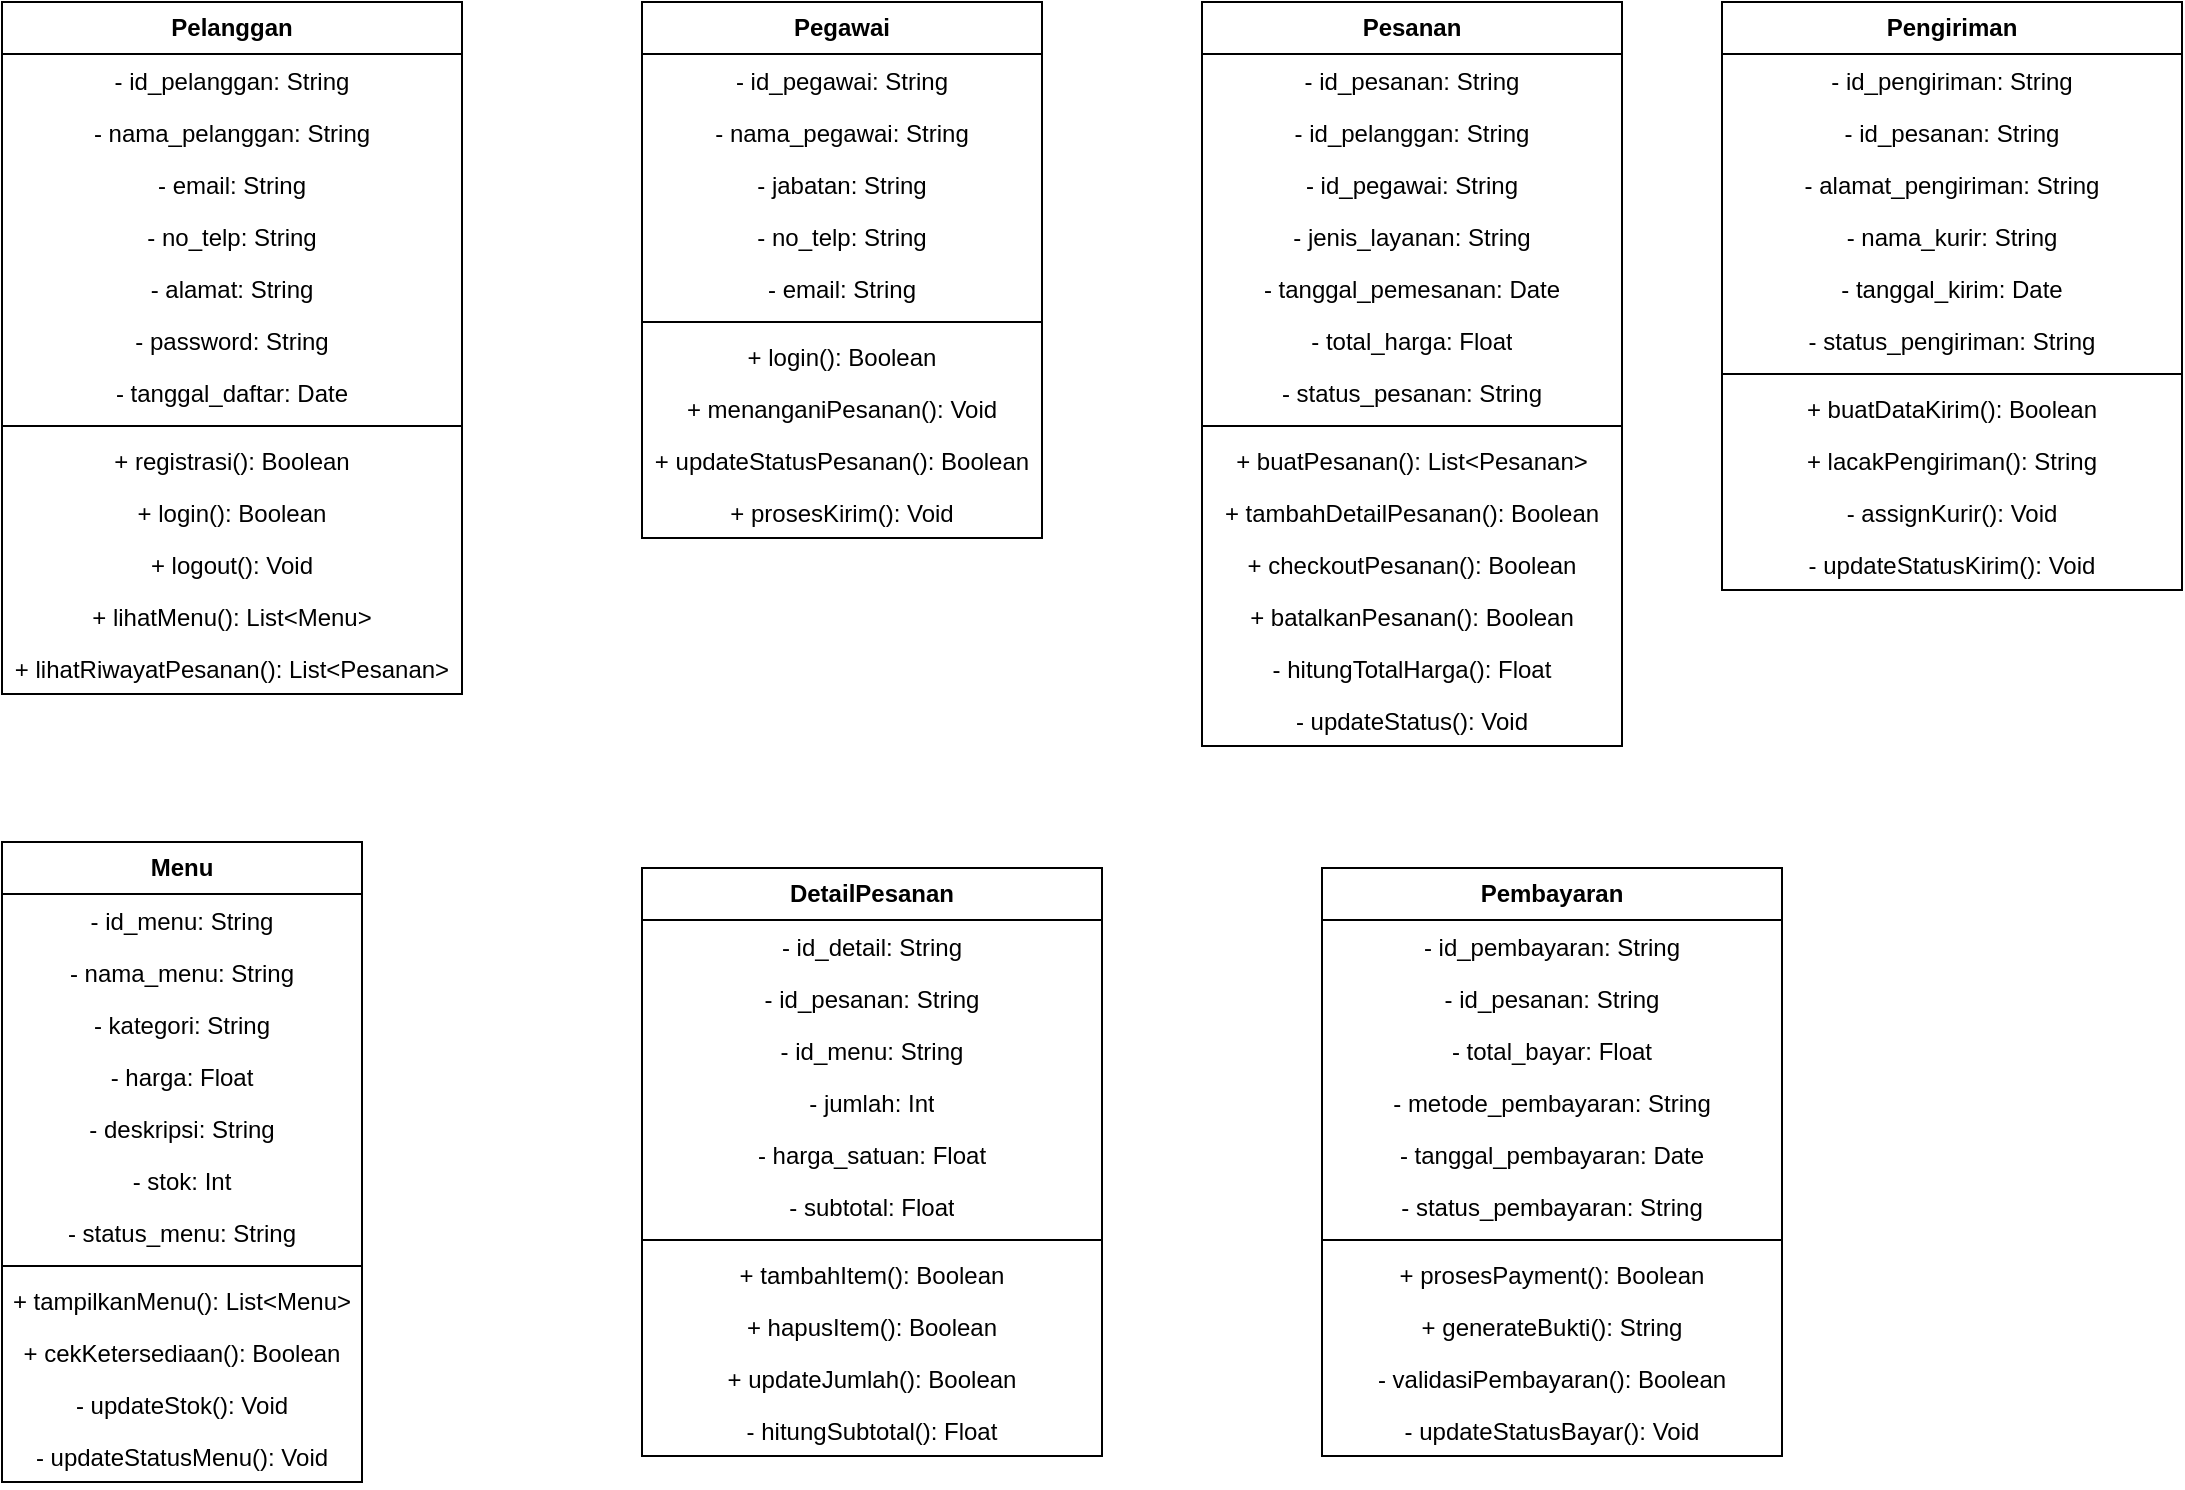
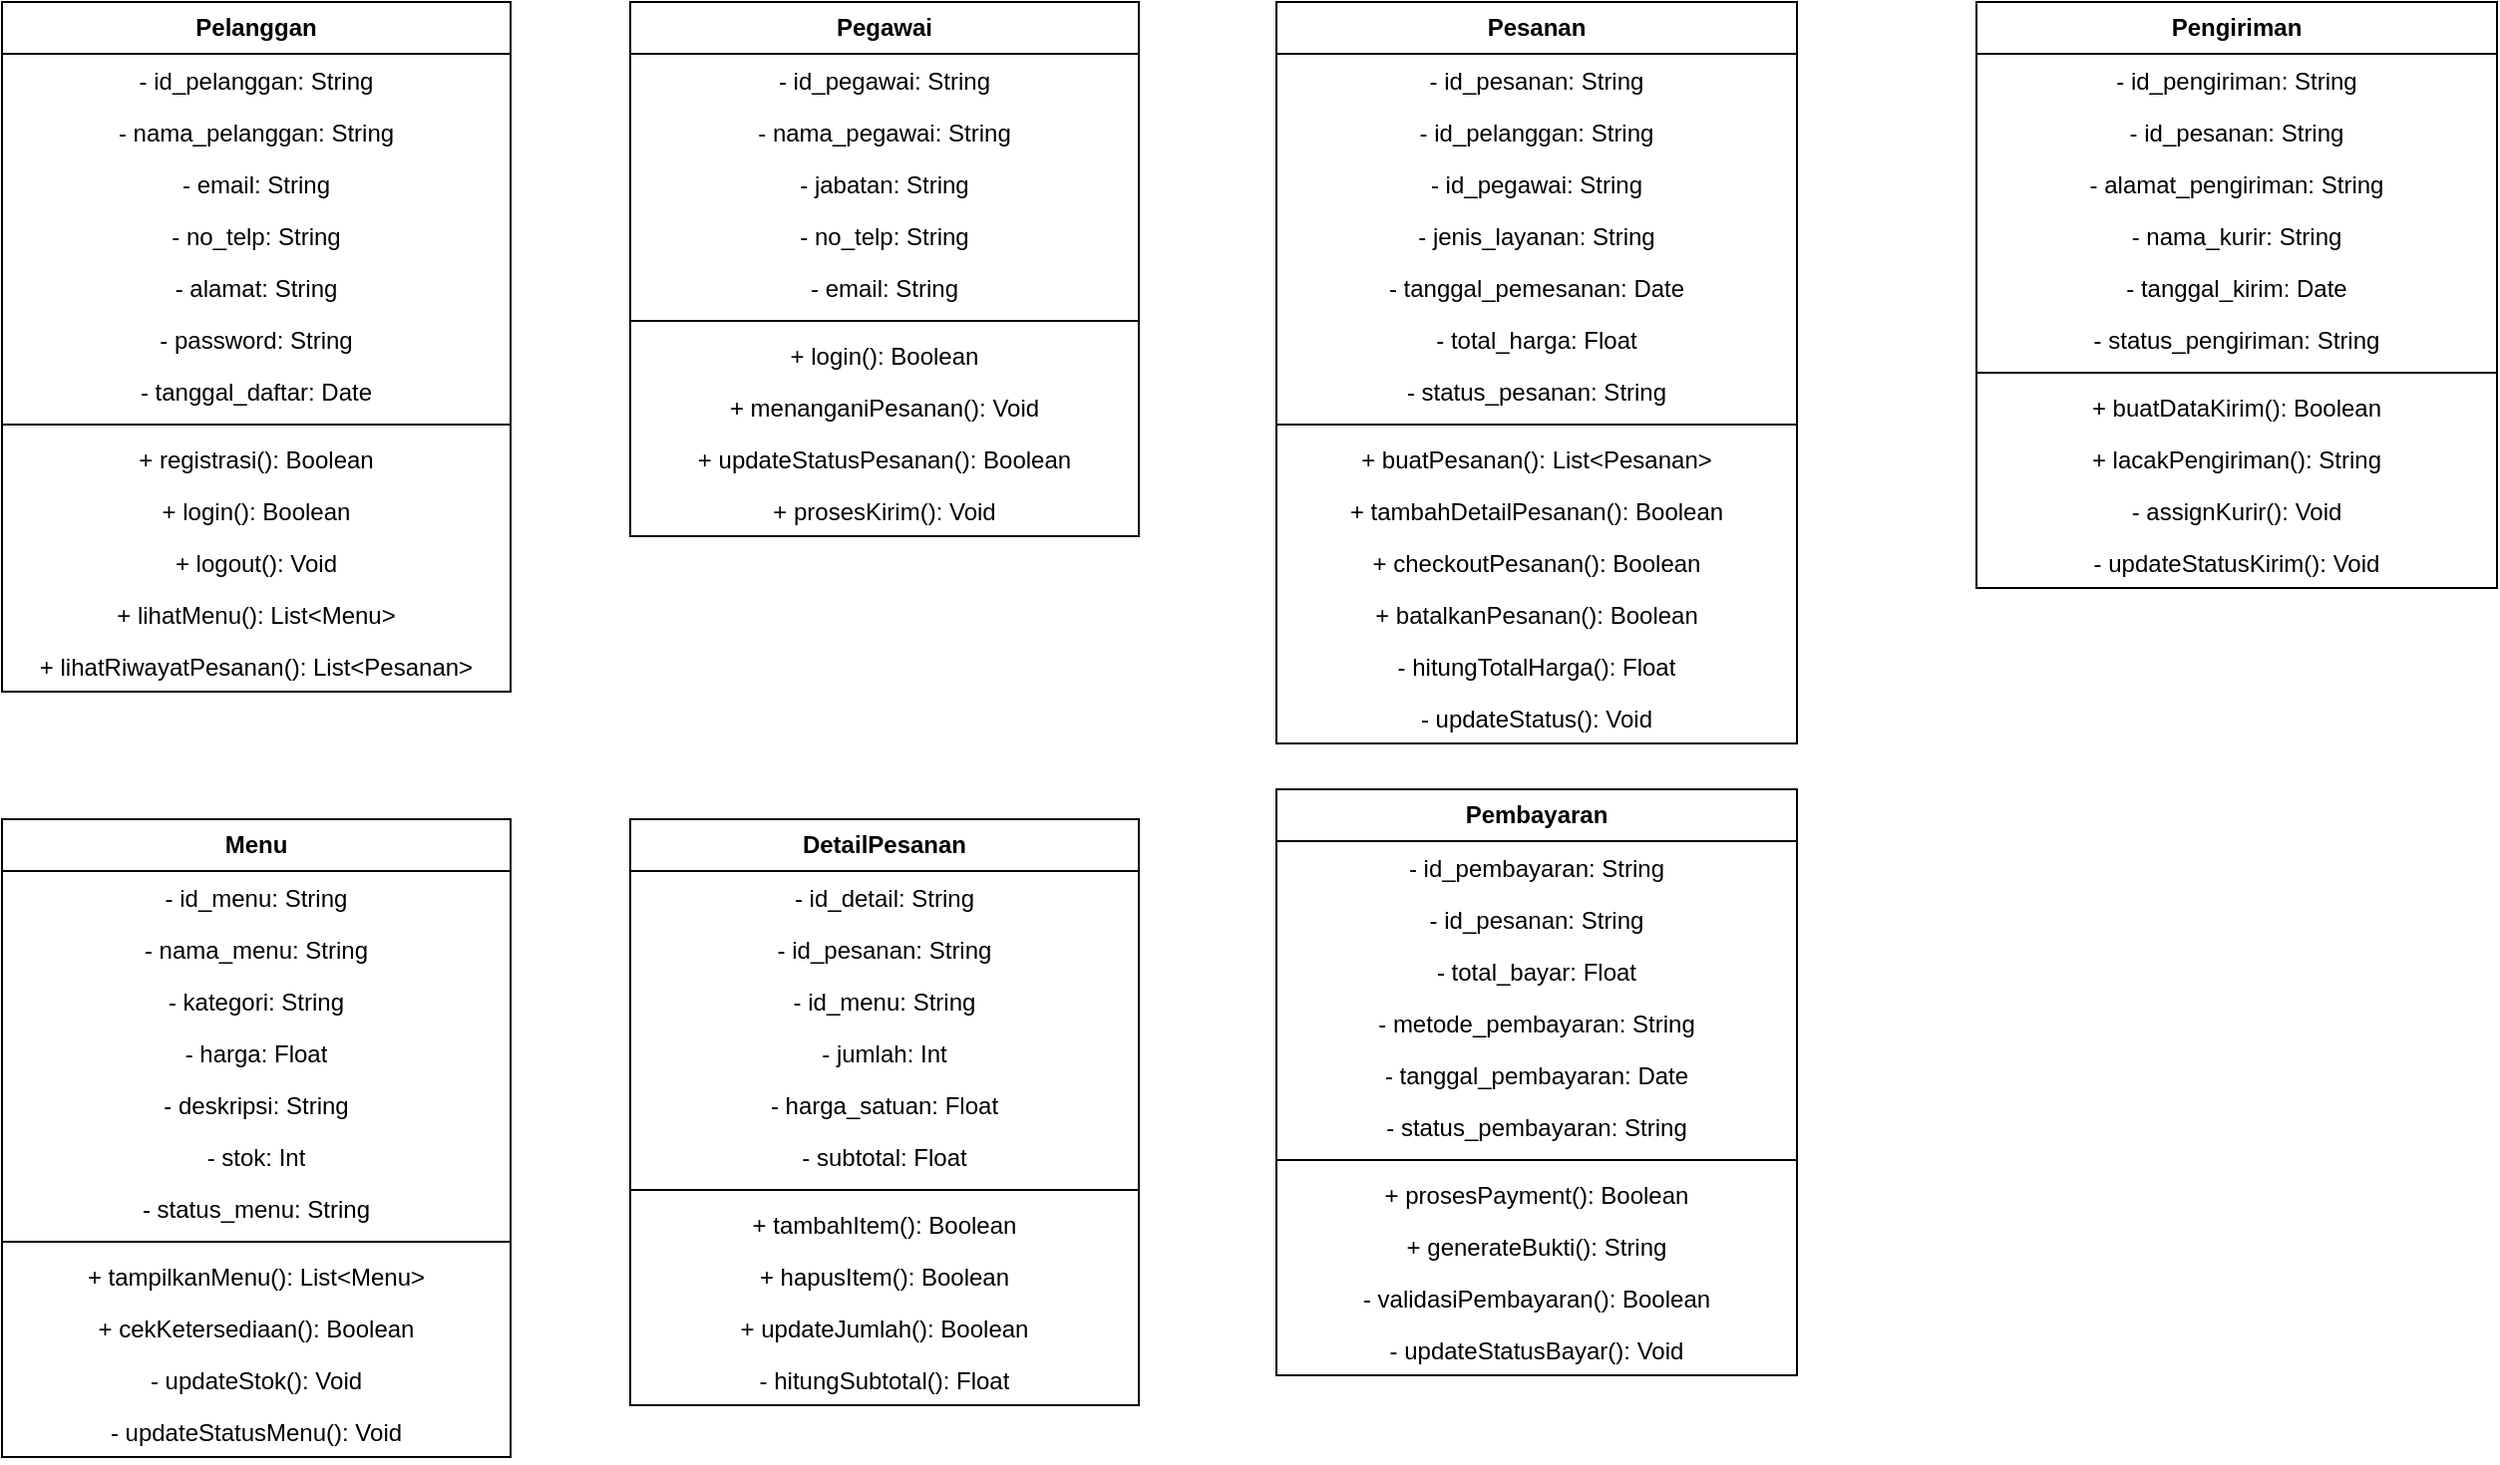
<mxfile host="app.diagrams.net">
  <diagram name="Class Diagram" id="XLRAudqMSV8JJL2WmWoO">
-     <mxGraphModel dx="1334" dy="884" grid="1" gridSize="10" guides="1" tooltips="1" connect="1" arrows="1" fold="1" page="1" pageScale="1" pageWidth="1169" pageHeight="827" math="0" shadow="0">
+     <mxGraphModel dx="1557" dy="1032" grid="1" gridSize="15" guides="1" tooltips="1" connect="1" arrows="1" fold="1" page="1" pageScale="1" pageWidth="1654" pageHeight="1169" math="0" shadow="0">
      <root>
        <mxCell id="0" />
        <mxCell id="1" parent="0" />
        <mxCell id="4Q5ZbxA_9OykwKKi5Nih-1" parent="1" style="swimlane;fontStyle=1;align=center;verticalAlign=middle;childLayout=stackLayout;horizontal=1;startSize=26;horizontalStack=0;resizeParent=1;resizeParentMax=0;resizeLast=0;collapsible=1;marginBottom=0;whiteSpace=wrap;html=1;labelBorderColor=none;labelBackgroundColor=none;fontColor=default;" value="Pelanggan" vertex="1">
-           <mxGeometry height="346" width="230" x="60" y="40" as="geometry" />
+           <mxGeometry height="346" width="255" x="60" y="40" as="geometry" />
        </mxCell>
        <mxCell id="4Q5ZbxA_9OykwKKi5Nih-2" parent="4Q5ZbxA_9OykwKKi5Nih-1" style="text;strokeColor=none;fillColor=none;align=center;verticalAlign=top;spacingLeft=4;spacingRight=4;overflow=hidden;rotatable=0;points=[[0,0.5],[1,0.5]];portConstraint=eastwest;whiteSpace=wrap;html=1;" value="- id_pelanggan: String" vertex="1">
-           <mxGeometry height="26" width="230" y="26" as="geometry" />
+           <mxGeometry height="26" width="255" y="26" as="geometry" />
        </mxCell>
        <mxCell id="4Q5ZbxA_9OykwKKi5Nih-5" parent="4Q5ZbxA_9OykwKKi5Nih-1" style="text;strokeColor=none;fillColor=none;align=center;verticalAlign=top;spacingLeft=4;spacingRight=4;overflow=hidden;rotatable=0;points=[[0,0.5],[1,0.5]];portConstraint=eastwest;whiteSpace=wrap;html=1;" value="- nama_pelanggan: String" vertex="1">
-           <mxGeometry height="26" width="230" y="52" as="geometry" />
+           <mxGeometry height="26" width="255" y="52" as="geometry" />
        </mxCell>
        <mxCell id="4Q5ZbxA_9OykwKKi5Nih-6" parent="4Q5ZbxA_9OykwKKi5Nih-1" style="text;strokeColor=none;fillColor=none;align=center;verticalAlign=top;spacingLeft=4;spacingRight=4;overflow=hidden;rotatable=0;points=[[0,0.5],[1,0.5]];portConstraint=eastwest;whiteSpace=wrap;html=1;" value="- email: String" vertex="1">
-           <mxGeometry height="26" width="230" y="78" as="geometry" />
+           <mxGeometry height="26" width="255" y="78" as="geometry" />
        </mxCell>
        <mxCell id="4Q5ZbxA_9OykwKKi5Nih-7" parent="4Q5ZbxA_9OykwKKi5Nih-1" style="text;strokeColor=none;fillColor=none;align=center;verticalAlign=top;spacingLeft=4;spacingRight=4;overflow=hidden;rotatable=0;points=[[0,0.5],[1,0.5]];portConstraint=eastwest;whiteSpace=wrap;html=1;" value="- no_telp: String" vertex="1">
-           <mxGeometry height="26" width="230" y="104" as="geometry" />
+           <mxGeometry height="26" width="255" y="104" as="geometry" />
        </mxCell>
        <mxCell id="4Q5ZbxA_9OykwKKi5Nih-8" parent="4Q5ZbxA_9OykwKKi5Nih-1" style="text;strokeColor=none;fillColor=none;align=center;verticalAlign=top;spacingLeft=4;spacingRight=4;overflow=hidden;rotatable=0;points=[[0,0.5],[1,0.5]];portConstraint=eastwest;whiteSpace=wrap;html=1;" value="- alamat: String" vertex="1">
-           <mxGeometry height="26" width="230" y="130" as="geometry" />
+           <mxGeometry height="26" width="255" y="130" as="geometry" />
        </mxCell>
        <mxCell id="4Q5ZbxA_9OykwKKi5Nih-9" parent="4Q5ZbxA_9OykwKKi5Nih-1" style="text;strokeColor=none;fillColor=none;align=center;verticalAlign=top;spacingLeft=4;spacingRight=4;overflow=hidden;rotatable=0;points=[[0,0.5],[1,0.5]];portConstraint=eastwest;whiteSpace=wrap;html=1;" value="- password: String" vertex="1">
-           <mxGeometry height="26" width="230" y="156" as="geometry" />
+           <mxGeometry height="26" width="255" y="156" as="geometry" />
        </mxCell>
        <mxCell id="4Q5ZbxA_9OykwKKi5Nih-10" parent="4Q5ZbxA_9OykwKKi5Nih-1" style="text;strokeColor=none;fillColor=none;align=center;verticalAlign=top;spacingLeft=4;spacingRight=4;overflow=hidden;rotatable=0;points=[[0,0.5],[1,0.5]];portConstraint=eastwest;whiteSpace=wrap;html=1;" value="- tanggal_daftar: Date" vertex="1">
-           <mxGeometry height="26" width="230" y="182" as="geometry" />
+           <mxGeometry height="26" width="255" y="182" as="geometry" />
        </mxCell>
        <mxCell id="4Q5ZbxA_9OykwKKi5Nih-3" parent="4Q5ZbxA_9OykwKKi5Nih-1" style="line;strokeWidth=1;fillColor=none;align=center;verticalAlign=middle;spacingTop=-1;spacingLeft=3;spacingRight=3;rotatable=0;labelPosition=right;points=[];portConstraint=eastwest;strokeColor=inherit;" value="" vertex="1">
-           <mxGeometry height="8" width="230" y="208" as="geometry" />
+           <mxGeometry height="8" width="255" y="208" as="geometry" />
        </mxCell>
        <mxCell id="4Q5ZbxA_9OykwKKi5Nih-4" parent="4Q5ZbxA_9OykwKKi5Nih-1" style="text;strokeColor=none;fillColor=none;align=center;verticalAlign=top;spacingLeft=4;spacingRight=4;overflow=hidden;rotatable=0;points=[[0,0.5],[1,0.5]];portConstraint=eastwest;whiteSpace=wrap;html=1;" value="+ registrasi(): Boolean" vertex="1">
-           <mxGeometry height="26" width="230" y="216" as="geometry" />
+           <mxGeometry height="26" width="255" y="216" as="geometry" />
        </mxCell>
        <mxCell id="4Q5ZbxA_9OykwKKi5Nih-11" parent="4Q5ZbxA_9OykwKKi5Nih-1" style="text;strokeColor=none;fillColor=none;align=center;verticalAlign=top;spacingLeft=4;spacingRight=4;overflow=hidden;rotatable=0;points=[[0,0.5],[1,0.5]];portConstraint=eastwest;whiteSpace=wrap;html=1;" value="+ login(): Boolean" vertex="1">
-           <mxGeometry height="26" width="230" y="242" as="geometry" />
+           <mxGeometry height="26" width="255" y="242" as="geometry" />
        </mxCell>
        <mxCell id="4Q5ZbxA_9OykwKKi5Nih-12" parent="4Q5ZbxA_9OykwKKi5Nih-1" style="text;strokeColor=none;fillColor=none;align=center;verticalAlign=top;spacingLeft=4;spacingRight=4;overflow=hidden;rotatable=0;points=[[0,0.5],[1,0.5]];portConstraint=eastwest;whiteSpace=wrap;html=1;" value="+ logout(): Void" vertex="1">
-           <mxGeometry height="26" width="230" y="268" as="geometry" />
+           <mxGeometry height="26" width="255" y="268" as="geometry" />
        </mxCell>
        <mxCell id="4Q5ZbxA_9OykwKKi5Nih-13" parent="4Q5ZbxA_9OykwKKi5Nih-1" style="text;strokeColor=none;fillColor=none;align=center;verticalAlign=top;spacingLeft=4;spacingRight=4;overflow=hidden;rotatable=0;points=[[0,0.5],[1,0.5]];portConstraint=eastwest;whiteSpace=wrap;html=1;" value="+ lihatMenu(): List&amp;lt;Menu&amp;gt;" vertex="1">
-           <mxGeometry height="26" width="230" y="294" as="geometry" />
+           <mxGeometry height="26" width="255" y="294" as="geometry" />
        </mxCell>
        <mxCell id="4Q5ZbxA_9OykwKKi5Nih-14" parent="4Q5ZbxA_9OykwKKi5Nih-1" style="text;strokeColor=none;fillColor=none;align=center;verticalAlign=top;spacingLeft=4;spacingRight=4;overflow=hidden;rotatable=0;points=[[0,0.5],[1,0.5]];portConstraint=eastwest;whiteSpace=wrap;html=1;" value="+ lihatRiwayatPesanan(): List&amp;lt;Pesanan&amp;gt;" vertex="1">
-           <mxGeometry height="26" width="230" y="320" as="geometry" />
+           <mxGeometry height="26" width="255" y="320" as="geometry" />
        </mxCell>
        <mxCell id="4Q5ZbxA_9OykwKKi5Nih-16" parent="1" style="swimlane;fontStyle=1;align=center;verticalAlign=middle;childLayout=stackLayout;horizontal=1;startSize=26;horizontalStack=0;resizeParent=1;resizeParentMax=0;resizeLast=0;collapsible=1;marginBottom=0;whiteSpace=wrap;html=1;labelBorderColor=none;labelBackgroundColor=none;fontColor=default;" value="Pegawai" vertex="1">
-           <mxGeometry height="268" width="200" x="380" y="40" as="geometry" />
+           <mxGeometry height="268" width="255" x="375" y="40" as="geometry" />
        </mxCell>
        <mxCell id="4Q5ZbxA_9OykwKKi5Nih-17" parent="4Q5ZbxA_9OykwKKi5Nih-16" style="text;strokeColor=none;fillColor=none;align=center;verticalAlign=top;spacingLeft=4;spacingRight=4;overflow=hidden;rotatable=0;points=[[0,0.5],[1,0.5]];portConstraint=eastwest;whiteSpace=wrap;html=1;" value="- id_pegawai: String" vertex="1">
-           <mxGeometry height="26" width="200" y="26" as="geometry" />
+           <mxGeometry height="26" width="255" y="26" as="geometry" />
        </mxCell>
        <mxCell id="4Q5ZbxA_9OykwKKi5Nih-18" parent="4Q5ZbxA_9OykwKKi5Nih-16" style="text;strokeColor=none;fillColor=none;align=center;verticalAlign=top;spacingLeft=4;spacingRight=4;overflow=hidden;rotatable=0;points=[[0,0.5],[1,0.5]];portConstraint=eastwest;whiteSpace=wrap;html=1;" value="- nama_pegawai: String" vertex="1">
-           <mxGeometry height="26" width="200" y="52" as="geometry" />
+           <mxGeometry height="26" width="255" y="52" as="geometry" />
        </mxCell>
        <mxCell id="4Q5ZbxA_9OykwKKi5Nih-19" parent="4Q5ZbxA_9OykwKKi5Nih-16" style="text;strokeColor=none;fillColor=none;align=center;verticalAlign=top;spacingLeft=4;spacingRight=4;overflow=hidden;rotatable=0;points=[[0,0.5],[1,0.5]];portConstraint=eastwest;whiteSpace=wrap;html=1;" value="- jabatan: String" vertex="1">
-           <mxGeometry height="26" width="200" y="78" as="geometry" />
+           <mxGeometry height="26" width="255" y="78" as="geometry" />
        </mxCell>
        <mxCell id="4Q5ZbxA_9OykwKKi5Nih-20" parent="4Q5ZbxA_9OykwKKi5Nih-16" style="text;strokeColor=none;fillColor=none;align=center;verticalAlign=top;spacingLeft=4;spacingRight=4;overflow=hidden;rotatable=0;points=[[0,0.5],[1,0.5]];portConstraint=eastwest;whiteSpace=wrap;html=1;" value="- no_telp: String" vertex="1">
-           <mxGeometry height="26" width="200" y="104" as="geometry" />
+           <mxGeometry height="26" width="255" y="104" as="geometry" />
        </mxCell>
        <mxCell id="4Q5ZbxA_9OykwKKi5Nih-21" parent="4Q5ZbxA_9OykwKKi5Nih-16" style="text;strokeColor=none;fillColor=none;align=center;verticalAlign=top;spacingLeft=4;spacingRight=4;overflow=hidden;rotatable=0;points=[[0,0.5],[1,0.5]];portConstraint=eastwest;whiteSpace=wrap;html=1;" value="- email: String" vertex="1">
-           <mxGeometry height="26" width="200" y="130" as="geometry" />
+           <mxGeometry height="26" width="255" y="130" as="geometry" />
        </mxCell>
        <mxCell id="4Q5ZbxA_9OykwKKi5Nih-24" parent="4Q5ZbxA_9OykwKKi5Nih-16" style="line;strokeWidth=1;fillColor=none;align=center;verticalAlign=middle;spacingTop=-1;spacingLeft=3;spacingRight=3;rotatable=0;labelPosition=right;points=[];portConstraint=eastwest;strokeColor=inherit;" value="" vertex="1">
-           <mxGeometry height="8" width="200" y="156" as="geometry" />
+           <mxGeometry height="8" width="255" y="156" as="geometry" />
        </mxCell>
        <mxCell id="4Q5ZbxA_9OykwKKi5Nih-25" parent="4Q5ZbxA_9OykwKKi5Nih-16" style="text;strokeColor=none;fillColor=none;align=center;verticalAlign=top;spacingLeft=4;spacingRight=4;overflow=hidden;rotatable=0;points=[[0,0.5],[1,0.5]];portConstraint=eastwest;whiteSpace=wrap;html=1;" value="+ login(): Boolean" vertex="1">
-           <mxGeometry height="26" width="200" y="164" as="geometry" />
+           <mxGeometry height="26" width="255" y="164" as="geometry" />
        </mxCell>
        <mxCell id="4Q5ZbxA_9OykwKKi5Nih-26" parent="4Q5ZbxA_9OykwKKi5Nih-16" style="text;strokeColor=none;fillColor=none;align=center;verticalAlign=top;spacingLeft=4;spacingRight=4;overflow=hidden;rotatable=0;points=[[0,0.5],[1,0.5]];portConstraint=eastwest;whiteSpace=wrap;html=1;" value="+ menanganiPesanan(): Void" vertex="1">
-           <mxGeometry height="26" width="200" y="190" as="geometry" />
+           <mxGeometry height="26" width="255" y="190" as="geometry" />
        </mxCell>
        <mxCell id="4Q5ZbxA_9OykwKKi5Nih-27" parent="4Q5ZbxA_9OykwKKi5Nih-16" style="text;strokeColor=none;fillColor=none;align=center;verticalAlign=top;spacingLeft=4;spacingRight=4;overflow=hidden;rotatable=0;points=[[0,0.5],[1,0.5]];portConstraint=eastwest;whiteSpace=wrap;html=1;" value="+ updateStatusPesanan(): Boolean" vertex="1">
-           <mxGeometry height="26" width="200" y="216" as="geometry" />
+           <mxGeometry height="26" width="255" y="216" as="geometry" />
        </mxCell>
        <mxCell id="4Q5ZbxA_9OykwKKi5Nih-28" parent="4Q5ZbxA_9OykwKKi5Nih-16" style="text;strokeColor=none;fillColor=none;align=center;verticalAlign=top;spacingLeft=4;spacingRight=4;overflow=hidden;rotatable=0;points=[[0,0.5],[1,0.5]];portConstraint=eastwest;whiteSpace=wrap;html=1;" value="+ prosesKirim(): Void" vertex="1">
-           <mxGeometry height="26" width="200" y="242" as="geometry" />
+           <mxGeometry height="26" width="255" y="242" as="geometry" />
        </mxCell>
        <mxCell id="4Q5ZbxA_9OykwKKi5Nih-30" parent="1" style="swimlane;fontStyle=1;align=center;verticalAlign=middle;childLayout=stackLayout;horizontal=1;startSize=26;horizontalStack=0;resizeParent=1;resizeParentMax=0;resizeLast=0;collapsible=1;marginBottom=0;whiteSpace=wrap;html=1;labelBorderColor=none;labelBackgroundColor=none;fontColor=default;" value="Menu" vertex="1">
-           <mxGeometry height="320" width="180" x="60" y="460" as="geometry" />
+           <mxGeometry height="320" width="255" x="60" y="450" as="geometry" />
        </mxCell>
        <mxCell id="4Q5ZbxA_9OykwKKi5Nih-31" parent="4Q5ZbxA_9OykwKKi5Nih-30" style="text;strokeColor=none;fillColor=none;align=center;verticalAlign=top;spacingLeft=4;spacingRight=4;overflow=hidden;rotatable=0;points=[[0,0.5],[1,0.5]];portConstraint=eastwest;whiteSpace=wrap;html=1;" value="- id_menu: String" vertex="1">
-           <mxGeometry height="26" width="180" y="26" as="geometry" />
+           <mxGeometry height="26" width="255" y="26" as="geometry" />
        </mxCell>
        <mxCell id="4Q5ZbxA_9OykwKKi5Nih-32" parent="4Q5ZbxA_9OykwKKi5Nih-30" style="text;strokeColor=none;fillColor=none;align=center;verticalAlign=top;spacingLeft=4;spacingRight=4;overflow=hidden;rotatable=0;points=[[0,0.5],[1,0.5]];portConstraint=eastwest;whiteSpace=wrap;html=1;" value="- nama_menu: String" vertex="1">
-           <mxGeometry height="26" width="180" y="52" as="geometry" />
+           <mxGeometry height="26" width="255" y="52" as="geometry" />
        </mxCell>
        <mxCell id="4Q5ZbxA_9OykwKKi5Nih-33" parent="4Q5ZbxA_9OykwKKi5Nih-30" style="text;strokeColor=none;fillColor=none;align=center;verticalAlign=top;spacingLeft=4;spacingRight=4;overflow=hidden;rotatable=0;points=[[0,0.5],[1,0.5]];portConstraint=eastwest;whiteSpace=wrap;html=1;" value="- kategori: String" vertex="1">
-           <mxGeometry height="26" width="180" y="78" as="geometry" />
+           <mxGeometry height="26" width="255" y="78" as="geometry" />
        </mxCell>
        <mxCell id="4Q5ZbxA_9OykwKKi5Nih-34" parent="4Q5ZbxA_9OykwKKi5Nih-30" style="text;strokeColor=none;fillColor=none;align=center;verticalAlign=top;spacingLeft=4;spacingRight=4;overflow=hidden;rotatable=0;points=[[0,0.5],[1,0.5]];portConstraint=eastwest;whiteSpace=wrap;html=1;" value="- harga: Float" vertex="1">
-           <mxGeometry height="26" width="180" y="104" as="geometry" />
+           <mxGeometry height="26" width="255" y="104" as="geometry" />
        </mxCell>
        <mxCell id="4Q5ZbxA_9OykwKKi5Nih-35" parent="4Q5ZbxA_9OykwKKi5Nih-30" style="text;strokeColor=none;fillColor=none;align=center;verticalAlign=top;spacingLeft=4;spacingRight=4;overflow=hidden;rotatable=0;points=[[0,0.5],[1,0.5]];portConstraint=eastwest;whiteSpace=wrap;html=1;" value="- deskripsi: String" vertex="1">
-           <mxGeometry height="26" width="180" y="130" as="geometry" />
+           <mxGeometry height="26" width="255" y="130" as="geometry" />
        </mxCell>
        <mxCell id="4Q5ZbxA_9OykwKKi5Nih-36" parent="4Q5ZbxA_9OykwKKi5Nih-30" style="text;strokeColor=none;fillColor=none;align=center;verticalAlign=top;spacingLeft=4;spacingRight=4;overflow=hidden;rotatable=0;points=[[0,0.5],[1,0.5]];portConstraint=eastwest;whiteSpace=wrap;html=1;" value="- stok: Int" vertex="1">
-           <mxGeometry height="26" width="180" y="156" as="geometry" />
+           <mxGeometry height="26" width="255" y="156" as="geometry" />
        </mxCell>
        <mxCell id="4Q5ZbxA_9OykwKKi5Nih-37" parent="4Q5ZbxA_9OykwKKi5Nih-30" style="text;strokeColor=none;fillColor=none;align=center;verticalAlign=top;spacingLeft=4;spacingRight=4;overflow=hidden;rotatable=0;points=[[0,0.5],[1,0.5]];portConstraint=eastwest;whiteSpace=wrap;html=1;" value="- status_menu: String" vertex="1">
-           <mxGeometry height="26" width="180" y="182" as="geometry" />
+           <mxGeometry height="26" width="255" y="182" as="geometry" />
        </mxCell>
        <mxCell id="4Q5ZbxA_9OykwKKi5Nih-38" parent="4Q5ZbxA_9OykwKKi5Nih-30" style="line;strokeWidth=1;fillColor=none;align=center;verticalAlign=middle;spacingTop=-1;spacingLeft=3;spacingRight=3;rotatable=0;labelPosition=right;points=[];portConstraint=eastwest;strokeColor=inherit;" value="" vertex="1">
-           <mxGeometry height="8" width="180" y="208" as="geometry" />
+           <mxGeometry height="8" width="255" y="208" as="geometry" />
        </mxCell>
        <mxCell id="4Q5ZbxA_9OykwKKi5Nih-39" parent="4Q5ZbxA_9OykwKKi5Nih-30" style="text;strokeColor=none;fillColor=none;align=center;verticalAlign=top;spacingLeft=4;spacingRight=4;overflow=hidden;rotatable=0;points=[[0,0.5],[1,0.5]];portConstraint=eastwest;whiteSpace=wrap;html=1;" value="+ tampilkanMenu(): List&amp;lt;Menu&amp;gt;" vertex="1">
-           <mxGeometry height="26" width="180" y="216" as="geometry" />
+           <mxGeometry height="26" width="255" y="216" as="geometry" />
        </mxCell>
        <mxCell id="4Q5ZbxA_9OykwKKi5Nih-40" parent="4Q5ZbxA_9OykwKKi5Nih-30" style="text;strokeColor=none;fillColor=none;align=center;verticalAlign=top;spacingLeft=4;spacingRight=4;overflow=hidden;rotatable=0;points=[[0,0.5],[1,0.5]];portConstraint=eastwest;whiteSpace=wrap;html=1;" value="+ cekKetersediaan(): Boolean" vertex="1">
-           <mxGeometry height="26" width="180" y="242" as="geometry" />
+           <mxGeometry height="26" width="255" y="242" as="geometry" />
        </mxCell>
        <mxCell id="4Q5ZbxA_9OykwKKi5Nih-41" parent="4Q5ZbxA_9OykwKKi5Nih-30" style="text;strokeColor=none;fillColor=none;align=center;verticalAlign=top;spacingLeft=4;spacingRight=4;overflow=hidden;rotatable=0;points=[[0,0.5],[1,0.5]];portConstraint=eastwest;whiteSpace=wrap;html=1;" value="- updateStok(): Void" vertex="1">
-           <mxGeometry height="26" width="180" y="268" as="geometry" />
+           <mxGeometry height="26" width="255" y="268" as="geometry" />
        </mxCell>
        <mxCell id="4Q5ZbxA_9OykwKKi5Nih-42" parent="4Q5ZbxA_9OykwKKi5Nih-30" style="text;strokeColor=none;fillColor=none;align=center;verticalAlign=top;spacingLeft=4;spacingRight=4;overflow=hidden;rotatable=0;points=[[0,0.5],[1,0.5]];portConstraint=eastwest;whiteSpace=wrap;html=1;" value="- updateStatusMenu(): Void" vertex="1">
-           <mxGeometry height="26" width="180" y="294" as="geometry" />
+           <mxGeometry height="26" width="255" y="294" as="geometry" />
        </mxCell>
        <mxCell id="4Q5ZbxA_9OykwKKi5Nih-44" parent="1" style="swimlane;fontStyle=1;align=center;verticalAlign=middle;childLayout=stackLayout;horizontal=1;startSize=26;horizontalStack=0;resizeParent=1;resizeParentMax=0;resizeLast=0;collapsible=1;marginBottom=0;whiteSpace=wrap;html=1;labelBorderColor=none;labelBackgroundColor=none;fontColor=default;" value="Pesanan" vertex="1">
-           <mxGeometry height="372" width="210" x="660" y="40" as="geometry" />
+           <mxGeometry height="372" width="261" x="699" y="40" as="geometry" />
        </mxCell>
        <mxCell id="4Q5ZbxA_9OykwKKi5Nih-45" parent="4Q5ZbxA_9OykwKKi5Nih-44" style="text;strokeColor=none;fillColor=none;align=center;verticalAlign=top;spacingLeft=4;spacingRight=4;overflow=hidden;rotatable=0;points=[[0,0.5],[1,0.5]];portConstraint=eastwest;whiteSpace=wrap;html=1;" value="- id_pesanan: String" vertex="1">
-           <mxGeometry height="26" width="210" y="26" as="geometry" />
+           <mxGeometry height="26" width="261" y="26" as="geometry" />
        </mxCell>
        <mxCell id="4Q5ZbxA_9OykwKKi5Nih-46" parent="4Q5ZbxA_9OykwKKi5Nih-44" style="text;strokeColor=none;fillColor=none;align=center;verticalAlign=top;spacingLeft=4;spacingRight=4;overflow=hidden;rotatable=0;points=[[0,0.5],[1,0.5]];portConstraint=eastwest;whiteSpace=wrap;html=1;" value="- id_pelanggan: String" vertex="1">
-           <mxGeometry height="26" width="210" y="52" as="geometry" />
+           <mxGeometry height="26" width="261" y="52" as="geometry" />
        </mxCell>
        <mxCell id="4Q5ZbxA_9OykwKKi5Nih-47" parent="4Q5ZbxA_9OykwKKi5Nih-44" style="text;strokeColor=none;fillColor=none;align=center;verticalAlign=top;spacingLeft=4;spacingRight=4;overflow=hidden;rotatable=0;points=[[0,0.5],[1,0.5]];portConstraint=eastwest;whiteSpace=wrap;html=1;" value="- id_pegawai: String" vertex="1">
-           <mxGeometry height="26" width="210" y="78" as="geometry" />
+           <mxGeometry height="26" width="261" y="78" as="geometry" />
        </mxCell>
        <mxCell id="4Q5ZbxA_9OykwKKi5Nih-48" parent="4Q5ZbxA_9OykwKKi5Nih-44" style="text;strokeColor=none;fillColor=none;align=center;verticalAlign=top;spacingLeft=4;spacingRight=4;overflow=hidden;rotatable=0;points=[[0,0.5],[1,0.5]];portConstraint=eastwest;whiteSpace=wrap;html=1;" value="- jenis_layanan: String" vertex="1">
-           <mxGeometry height="26" width="210" y="104" as="geometry" />
+           <mxGeometry height="26" width="261" y="104" as="geometry" />
        </mxCell>
        <mxCell id="4Q5ZbxA_9OykwKKi5Nih-49" parent="4Q5ZbxA_9OykwKKi5Nih-44" style="text;strokeColor=none;fillColor=none;align=center;verticalAlign=top;spacingLeft=4;spacingRight=4;overflow=hidden;rotatable=0;points=[[0,0.5],[1,0.5]];portConstraint=eastwest;whiteSpace=wrap;html=1;" value="- tanggal_pemesanan: Date" vertex="1">
-           <mxGeometry height="26" width="210" y="130" as="geometry" />
+           <mxGeometry height="26" width="261" y="130" as="geometry" />
        </mxCell>
        <mxCell id="4Q5ZbxA_9OykwKKi5Nih-50" parent="4Q5ZbxA_9OykwKKi5Nih-44" style="text;strokeColor=none;fillColor=none;align=center;verticalAlign=top;spacingLeft=4;spacingRight=4;overflow=hidden;rotatable=0;points=[[0,0.5],[1,0.5]];portConstraint=eastwest;whiteSpace=wrap;html=1;" value="- total_harga: Float" vertex="1">
-           <mxGeometry height="26" width="210" y="156" as="geometry" />
+           <mxGeometry height="26" width="261" y="156" as="geometry" />
        </mxCell>
        <mxCell id="4Q5ZbxA_9OykwKKi5Nih-51" parent="4Q5ZbxA_9OykwKKi5Nih-44" style="text;strokeColor=none;fillColor=none;align=center;verticalAlign=top;spacingLeft=4;spacingRight=4;overflow=hidden;rotatable=0;points=[[0,0.5],[1,0.5]];portConstraint=eastwest;whiteSpace=wrap;html=1;" value="- status_pesanan: String" vertex="1">
-           <mxGeometry height="26" width="210" y="182" as="geometry" />
+           <mxGeometry height="26" width="261" y="182" as="geometry" />
        </mxCell>
        <mxCell id="4Q5ZbxA_9OykwKKi5Nih-52" parent="4Q5ZbxA_9OykwKKi5Nih-44" style="line;strokeWidth=1;fillColor=none;align=center;verticalAlign=middle;spacingTop=-1;spacingLeft=3;spacingRight=3;rotatable=0;labelPosition=right;points=[];portConstraint=eastwest;strokeColor=inherit;" value="" vertex="1">
-           <mxGeometry height="8" width="210" y="208" as="geometry" />
+           <mxGeometry height="8" width="261" y="208" as="geometry" />
        </mxCell>
        <mxCell id="4Q5ZbxA_9OykwKKi5Nih-53" parent="4Q5ZbxA_9OykwKKi5Nih-44" style="text;strokeColor=none;fillColor=none;align=center;verticalAlign=top;spacingLeft=4;spacingRight=4;overflow=hidden;rotatable=0;points=[[0,0.5],[1,0.5]];portConstraint=eastwest;whiteSpace=wrap;html=1;" value="+ buatPesanan(): List&amp;lt;Pesanan&amp;gt;" vertex="1">
-           <mxGeometry height="26" width="210" y="216" as="geometry" />
+           <mxGeometry height="26" width="261" y="216" as="geometry" />
        </mxCell>
        <mxCell id="4Q5ZbxA_9OykwKKi5Nih-54" parent="4Q5ZbxA_9OykwKKi5Nih-44" style="text;strokeColor=none;fillColor=none;align=center;verticalAlign=top;spacingLeft=4;spacingRight=4;overflow=hidden;rotatable=0;points=[[0,0.5],[1,0.5]];portConstraint=eastwest;whiteSpace=wrap;html=1;" value="+ tambahDetailPesanan(): Boolean" vertex="1">
-           <mxGeometry height="26" width="210" y="242" as="geometry" />
+           <mxGeometry height="26" width="261" y="242" as="geometry" />
        </mxCell>
        <mxCell id="4Q5ZbxA_9OykwKKi5Nih-55" parent="4Q5ZbxA_9OykwKKi5Nih-44" style="text;strokeColor=none;fillColor=none;align=center;verticalAlign=top;spacingLeft=4;spacingRight=4;overflow=hidden;rotatable=0;points=[[0,0.5],[1,0.5]];portConstraint=eastwest;whiteSpace=wrap;html=1;" value="+ checkoutPesanan(): Boolean" vertex="1">
-           <mxGeometry height="26" width="210" y="268" as="geometry" />
+           <mxGeometry height="26" width="261" y="268" as="geometry" />
        </mxCell>
        <mxCell id="4Q5ZbxA_9OykwKKi5Nih-56" parent="4Q5ZbxA_9OykwKKi5Nih-44" style="text;strokeColor=none;fillColor=none;align=center;verticalAlign=top;spacingLeft=4;spacingRight=4;overflow=hidden;rotatable=0;points=[[0,0.5],[1,0.5]];portConstraint=eastwest;whiteSpace=wrap;html=1;" value="+ batalkanPesanan(): Boolean" vertex="1">
-           <mxGeometry height="26" width="210" y="294" as="geometry" />
+           <mxGeometry height="26" width="261" y="294" as="geometry" />
        </mxCell>
        <mxCell id="4Q5ZbxA_9OykwKKi5Nih-57" parent="4Q5ZbxA_9OykwKKi5Nih-44" style="text;strokeColor=none;fillColor=none;align=center;verticalAlign=top;spacingLeft=4;spacingRight=4;overflow=hidden;rotatable=0;points=[[0,0.5],[1,0.5]];portConstraint=eastwest;whiteSpace=wrap;html=1;" value="- hitungTotalHarga(): Float" vertex="1">
-           <mxGeometry height="26" width="210" y="320" as="geometry" />
+           <mxGeometry height="26" width="261" y="320" as="geometry" />
        </mxCell>
        <mxCell id="-Ip3KR_69kROD7_R9hKT-1" parent="4Q5ZbxA_9OykwKKi5Nih-44" style="text;strokeColor=none;fillColor=none;align=center;verticalAlign=top;spacingLeft=4;spacingRight=4;overflow=hidden;rotatable=0;points=[[0,0.5],[1,0.5]];portConstraint=eastwest;whiteSpace=wrap;html=1;" value="- updateStatus(): Void" vertex="1">
-           <mxGeometry height="26" width="210" y="346" as="geometry" />
+           <mxGeometry height="26" width="261" y="346" as="geometry" />
        </mxCell>
        <mxCell id="-Ip3KR_69kROD7_R9hKT-2" parent="1" style="swimlane;fontStyle=1;align=center;verticalAlign=middle;childLayout=stackLayout;horizontal=1;startSize=26;horizontalStack=0;resizeParent=1;resizeParentMax=0;resizeLast=0;collapsible=1;marginBottom=0;whiteSpace=wrap;html=1;labelBorderColor=none;labelBackgroundColor=none;fontColor=default;" value="DetailPesanan" vertex="1">
-           <mxGeometry height="294" width="230" x="380" y="473" as="geometry" />
+           <mxGeometry height="294" width="255" x="375" y="450" as="geometry" />
        </mxCell>
        <mxCell id="-Ip3KR_69kROD7_R9hKT-3" parent="-Ip3KR_69kROD7_R9hKT-2" style="text;strokeColor=none;fillColor=none;align=center;verticalAlign=top;spacingLeft=4;spacingRight=4;overflow=hidden;rotatable=0;points=[[0,0.5],[1,0.5]];portConstraint=eastwest;whiteSpace=wrap;html=1;" value="- id_detail: String" vertex="1">
-           <mxGeometry height="26" width="230" y="26" as="geometry" />
+           <mxGeometry height="26" width="255" y="26" as="geometry" />
        </mxCell>
        <mxCell id="-Ip3KR_69kROD7_R9hKT-4" parent="-Ip3KR_69kROD7_R9hKT-2" style="text;strokeColor=none;fillColor=none;align=center;verticalAlign=top;spacingLeft=4;spacingRight=4;overflow=hidden;rotatable=0;points=[[0,0.5],[1,0.5]];portConstraint=eastwest;whiteSpace=wrap;html=1;" value="- id_pesanan: String" vertex="1">
-           <mxGeometry height="26" width="230" y="52" as="geometry" />
+           <mxGeometry height="26" width="255" y="52" as="geometry" />
        </mxCell>
        <mxCell id="-Ip3KR_69kROD7_R9hKT-5" parent="-Ip3KR_69kROD7_R9hKT-2" style="text;strokeColor=none;fillColor=none;align=center;verticalAlign=top;spacingLeft=4;spacingRight=4;overflow=hidden;rotatable=0;points=[[0,0.5],[1,0.5]];portConstraint=eastwest;whiteSpace=wrap;html=1;" value="- id_menu: String" vertex="1">
-           <mxGeometry height="26" width="230" y="78" as="geometry" />
+           <mxGeometry height="26" width="255" y="78" as="geometry" />
        </mxCell>
        <mxCell id="-Ip3KR_69kROD7_R9hKT-6" parent="-Ip3KR_69kROD7_R9hKT-2" style="text;strokeColor=none;fillColor=none;align=center;verticalAlign=top;spacingLeft=4;spacingRight=4;overflow=hidden;rotatable=0;points=[[0,0.5],[1,0.5]];portConstraint=eastwest;whiteSpace=wrap;html=1;" value="- jumlah: Int" vertex="1">
-           <mxGeometry height="26" width="230" y="104" as="geometry" />
+           <mxGeometry height="26" width="255" y="104" as="geometry" />
        </mxCell>
        <mxCell id="-Ip3KR_69kROD7_R9hKT-7" parent="-Ip3KR_69kROD7_R9hKT-2" style="text;strokeColor=none;fillColor=none;align=center;verticalAlign=top;spacingLeft=4;spacingRight=4;overflow=hidden;rotatable=0;points=[[0,0.5],[1,0.5]];portConstraint=eastwest;whiteSpace=wrap;html=1;" value="- harga_satuan: Float" vertex="1">
-           <mxGeometry height="26" width="230" y="130" as="geometry" />
+           <mxGeometry height="26" width="255" y="130" as="geometry" />
        </mxCell>
        <mxCell id="-Ip3KR_69kROD7_R9hKT-13" parent="-Ip3KR_69kROD7_R9hKT-2" style="text;strokeColor=none;fillColor=none;align=center;verticalAlign=top;spacingLeft=4;spacingRight=4;overflow=hidden;rotatable=0;points=[[0,0.5],[1,0.5]];portConstraint=eastwest;whiteSpace=wrap;html=1;" value="- subtotal: Float" vertex="1">
-           <mxGeometry height="26" width="230" y="156" as="geometry" />
+           <mxGeometry height="26" width="255" y="156" as="geometry" />
        </mxCell>
        <mxCell id="-Ip3KR_69kROD7_R9hKT-8" parent="-Ip3KR_69kROD7_R9hKT-2" style="line;strokeWidth=1;fillColor=none;align=center;verticalAlign=middle;spacingTop=-1;spacingLeft=3;spacingRight=3;rotatable=0;labelPosition=right;points=[];portConstraint=eastwest;strokeColor=inherit;" value="" vertex="1">
-           <mxGeometry height="8" width="230" y="182" as="geometry" />
+           <mxGeometry height="8" width="255" y="182" as="geometry" />
        </mxCell>
        <mxCell id="-Ip3KR_69kROD7_R9hKT-9" parent="-Ip3KR_69kROD7_R9hKT-2" style="text;strokeColor=none;fillColor=none;align=center;verticalAlign=top;spacingLeft=4;spacingRight=4;overflow=hidden;rotatable=0;points=[[0,0.5],[1,0.5]];portConstraint=eastwest;whiteSpace=wrap;html=1;" value="+ tambahItem(): Boolean" vertex="1">
-           <mxGeometry height="26" width="230" y="190" as="geometry" />
+           <mxGeometry height="26" width="255" y="190" as="geometry" />
        </mxCell>
        <mxCell id="-Ip3KR_69kROD7_R9hKT-10" parent="-Ip3KR_69kROD7_R9hKT-2" style="text;strokeColor=none;fillColor=none;align=center;verticalAlign=top;spacingLeft=4;spacingRight=4;overflow=hidden;rotatable=0;points=[[0,0.5],[1,0.5]];portConstraint=eastwest;whiteSpace=wrap;html=1;" value="+ hapusItem(): Boolean" vertex="1">
-           <mxGeometry height="26" width="230" y="216" as="geometry" />
+           <mxGeometry height="26" width="255" y="216" as="geometry" />
        </mxCell>
        <mxCell id="-Ip3KR_69kROD7_R9hKT-11" parent="-Ip3KR_69kROD7_R9hKT-2" style="text;strokeColor=none;fillColor=none;align=center;verticalAlign=top;spacingLeft=4;spacingRight=4;overflow=hidden;rotatable=0;points=[[0,0.5],[1,0.5]];portConstraint=eastwest;whiteSpace=wrap;html=1;" value="+ updateJumlah(): Boolean" vertex="1">
-           <mxGeometry height="26" width="230" y="242" as="geometry" />
+           <mxGeometry height="26" width="255" y="242" as="geometry" />
        </mxCell>
        <mxCell id="-Ip3KR_69kROD7_R9hKT-12" parent="-Ip3KR_69kROD7_R9hKT-2" style="text;strokeColor=none;fillColor=none;align=center;verticalAlign=top;spacingLeft=4;spacingRight=4;overflow=hidden;rotatable=0;points=[[0,0.5],[1,0.5]];portConstraint=eastwest;whiteSpace=wrap;html=1;" value="- hitungSubtotal(): Float" vertex="1">
-           <mxGeometry height="26" width="230" y="268" as="geometry" />
+           <mxGeometry height="26" width="255" y="268" as="geometry" />
        </mxCell>
        <mxCell id="-Ip3KR_69kROD7_R9hKT-14" parent="1" style="swimlane;fontStyle=1;align=center;verticalAlign=middle;childLayout=stackLayout;horizontal=1;startSize=26;horizontalStack=0;resizeParent=1;resizeParentMax=0;resizeLast=0;collapsible=1;marginBottom=0;whiteSpace=wrap;html=1;labelBorderColor=none;labelBackgroundColor=none;fontColor=default;" value="Pembayaran" vertex="1">
-           <mxGeometry height="294" width="230" x="720" y="473" as="geometry" />
+           <mxGeometry height="294" width="261" x="699" y="435" as="geometry" />
        </mxCell>
        <mxCell id="-Ip3KR_69kROD7_R9hKT-15" parent="-Ip3KR_69kROD7_R9hKT-14" style="text;strokeColor=none;fillColor=none;align=center;verticalAlign=top;spacingLeft=4;spacingRight=4;overflow=hidden;rotatable=0;points=[[0,0.5],[1,0.5]];portConstraint=eastwest;whiteSpace=wrap;html=1;" value="- id_pembayaran: String" vertex="1">
-           <mxGeometry height="26" width="230" y="26" as="geometry" />
+           <mxGeometry height="26" width="261" y="26" as="geometry" />
        </mxCell>
        <mxCell id="-Ip3KR_69kROD7_R9hKT-16" parent="-Ip3KR_69kROD7_R9hKT-14" style="text;strokeColor=none;fillColor=none;align=center;verticalAlign=top;spacingLeft=4;spacingRight=4;overflow=hidden;rotatable=0;points=[[0,0.5],[1,0.5]];portConstraint=eastwest;whiteSpace=wrap;html=1;" value="- id_pesanan: String" vertex="1">
-           <mxGeometry height="26" width="230" y="52" as="geometry" />
+           <mxGeometry height="26" width="261" y="52" as="geometry" />
        </mxCell>
        <mxCell id="-Ip3KR_69kROD7_R9hKT-17" parent="-Ip3KR_69kROD7_R9hKT-14" style="text;strokeColor=none;fillColor=none;align=center;verticalAlign=top;spacingLeft=4;spacingRight=4;overflow=hidden;rotatable=0;points=[[0,0.5],[1,0.5]];portConstraint=eastwest;whiteSpace=wrap;html=1;" value="- total_bayar: Float" vertex="1">
-           <mxGeometry height="26" width="230" y="78" as="geometry" />
+           <mxGeometry height="26" width="261" y="78" as="geometry" />
        </mxCell>
        <mxCell id="-Ip3KR_69kROD7_R9hKT-18" parent="-Ip3KR_69kROD7_R9hKT-14" style="text;strokeColor=none;fillColor=none;align=center;verticalAlign=top;spacingLeft=4;spacingRight=4;overflow=hidden;rotatable=0;points=[[0,0.5],[1,0.5]];portConstraint=eastwest;whiteSpace=wrap;html=1;" value="- metode_pembayaran: String" vertex="1">
-           <mxGeometry height="26" width="230" y="104" as="geometry" />
+           <mxGeometry height="26" width="261" y="104" as="geometry" />
        </mxCell>
        <mxCell id="-Ip3KR_69kROD7_R9hKT-19" parent="-Ip3KR_69kROD7_R9hKT-14" style="text;strokeColor=none;fillColor=none;align=center;verticalAlign=top;spacingLeft=4;spacingRight=4;overflow=hidden;rotatable=0;points=[[0,0.5],[1,0.5]];portConstraint=eastwest;whiteSpace=wrap;html=1;" value="- tanggal_pembayaran: Date" vertex="1">
-           <mxGeometry height="26" width="230" y="130" as="geometry" />
+           <mxGeometry height="26" width="261" y="130" as="geometry" />
        </mxCell>
        <mxCell id="-Ip3KR_69kROD7_R9hKT-20" parent="-Ip3KR_69kROD7_R9hKT-14" style="text;strokeColor=none;fillColor=none;align=center;verticalAlign=top;spacingLeft=4;spacingRight=4;overflow=hidden;rotatable=0;points=[[0,0.5],[1,0.5]];portConstraint=eastwest;whiteSpace=wrap;html=1;" value="- status_pembayaran: String" vertex="1">
-           <mxGeometry height="26" width="230" y="156" as="geometry" />
+           <mxGeometry height="26" width="261" y="156" as="geometry" />
        </mxCell>
        <mxCell id="-Ip3KR_69kROD7_R9hKT-21" parent="-Ip3KR_69kROD7_R9hKT-14" style="line;strokeWidth=1;fillColor=none;align=center;verticalAlign=middle;spacingTop=-1;spacingLeft=3;spacingRight=3;rotatable=0;labelPosition=right;points=[];portConstraint=eastwest;strokeColor=inherit;" value="" vertex="1">
-           <mxGeometry height="8" width="230" y="182" as="geometry" />
+           <mxGeometry height="8" width="261" y="182" as="geometry" />
        </mxCell>
        <mxCell id="-Ip3KR_69kROD7_R9hKT-22" parent="-Ip3KR_69kROD7_R9hKT-14" style="text;strokeColor=none;fillColor=none;align=center;verticalAlign=top;spacingLeft=4;spacingRight=4;overflow=hidden;rotatable=0;points=[[0,0.5],[1,0.5]];portConstraint=eastwest;whiteSpace=wrap;html=1;" value="+ prosesPayment(): Boolean" vertex="1">
-           <mxGeometry height="26" width="230" y="190" as="geometry" />
+           <mxGeometry height="26" width="261" y="190" as="geometry" />
        </mxCell>
        <mxCell id="-Ip3KR_69kROD7_R9hKT-23" parent="-Ip3KR_69kROD7_R9hKT-14" style="text;strokeColor=none;fillColor=none;align=center;verticalAlign=top;spacingLeft=4;spacingRight=4;overflow=hidden;rotatable=0;points=[[0,0.5],[1,0.5]];portConstraint=eastwest;whiteSpace=wrap;html=1;" value="+ generateBukti(): String" vertex="1">
-           <mxGeometry height="26" width="230" y="216" as="geometry" />
+           <mxGeometry height="26" width="261" y="216" as="geometry" />
        </mxCell>
        <mxCell id="-Ip3KR_69kROD7_R9hKT-24" parent="-Ip3KR_69kROD7_R9hKT-14" style="text;strokeColor=none;fillColor=none;align=center;verticalAlign=top;spacingLeft=4;spacingRight=4;overflow=hidden;rotatable=0;points=[[0,0.5],[1,0.5]];portConstraint=eastwest;whiteSpace=wrap;html=1;" value="- validasiPembayaran(): Boolean" vertex="1">
-           <mxGeometry height="26" width="230" y="242" as="geometry" />
+           <mxGeometry height="26" width="261" y="242" as="geometry" />
        </mxCell>
        <mxCell id="-Ip3KR_69kROD7_R9hKT-25" parent="-Ip3KR_69kROD7_R9hKT-14" style="text;strokeColor=none;fillColor=none;align=center;verticalAlign=top;spacingLeft=4;spacingRight=4;overflow=hidden;rotatable=0;points=[[0,0.5],[1,0.5]];portConstraint=eastwest;whiteSpace=wrap;html=1;" value="- updateStatusBayar(): Void" vertex="1">
-           <mxGeometry height="26" width="230" y="268" as="geometry" />
+           <mxGeometry height="26" width="261" y="268" as="geometry" />
        </mxCell>
        <mxCell id="-Ip3KR_69kROD7_R9hKT-26" parent="1" style="swimlane;fontStyle=1;align=center;verticalAlign=middle;childLayout=stackLayout;horizontal=1;startSize=26;horizontalStack=0;resizeParent=1;resizeParentMax=0;resizeLast=0;collapsible=1;marginBottom=0;whiteSpace=wrap;html=1;labelBorderColor=none;labelBackgroundColor=none;fontColor=default;" value="Pengiriman" vertex="1">
-           <mxGeometry height="294" width="230" x="920" y="40" as="geometry" />
+           <mxGeometry height="294" width="261" x="1050" y="40" as="geometry" />
        </mxCell>
        <mxCell id="-Ip3KR_69kROD7_R9hKT-27" parent="-Ip3KR_69kROD7_R9hKT-26" style="text;strokeColor=none;fillColor=none;align=center;verticalAlign=top;spacingLeft=4;spacingRight=4;overflow=hidden;rotatable=0;points=[[0,0.5],[1,0.5]];portConstraint=eastwest;whiteSpace=wrap;html=1;" value="- id_pengiriman: String" vertex="1">
-           <mxGeometry height="26" width="230" y="26" as="geometry" />
+           <mxGeometry height="26" width="261" y="26" as="geometry" />
        </mxCell>
        <mxCell id="-Ip3KR_69kROD7_R9hKT-28" parent="-Ip3KR_69kROD7_R9hKT-26" style="text;strokeColor=none;fillColor=none;align=center;verticalAlign=top;spacingLeft=4;spacingRight=4;overflow=hidden;rotatable=0;points=[[0,0.5],[1,0.5]];portConstraint=eastwest;whiteSpace=wrap;html=1;" value="- id_pesanan: String" vertex="1">
-           <mxGeometry height="26" width="230" y="52" as="geometry" />
+           <mxGeometry height="26" width="261" y="52" as="geometry" />
        </mxCell>
        <mxCell id="-Ip3KR_69kROD7_R9hKT-29" parent="-Ip3KR_69kROD7_R9hKT-26" style="text;strokeColor=none;fillColor=none;align=center;verticalAlign=top;spacingLeft=4;spacingRight=4;overflow=hidden;rotatable=0;points=[[0,0.5],[1,0.5]];portConstraint=eastwest;whiteSpace=wrap;html=1;" value="- alamat_pengiriman: String" vertex="1">
-           <mxGeometry height="26" width="230" y="78" as="geometry" />
+           <mxGeometry height="26" width="261" y="78" as="geometry" />
        </mxCell>
        <mxCell id="-Ip3KR_69kROD7_R9hKT-30" parent="-Ip3KR_69kROD7_R9hKT-26" style="text;strokeColor=none;fillColor=none;align=center;verticalAlign=top;spacingLeft=4;spacingRight=4;overflow=hidden;rotatable=0;points=[[0,0.5],[1,0.5]];portConstraint=eastwest;whiteSpace=wrap;html=1;" value="- nama_kurir: String" vertex="1">
-           <mxGeometry height="26" width="230" y="104" as="geometry" />
+           <mxGeometry height="26" width="261" y="104" as="geometry" />
        </mxCell>
        <mxCell id="-Ip3KR_69kROD7_R9hKT-31" parent="-Ip3KR_69kROD7_R9hKT-26" style="text;strokeColor=none;fillColor=none;align=center;verticalAlign=top;spacingLeft=4;spacingRight=4;overflow=hidden;rotatable=0;points=[[0,0.5],[1,0.5]];portConstraint=eastwest;whiteSpace=wrap;html=1;" value="- tanggal_kirim: Date" vertex="1">
-           <mxGeometry height="26" width="230" y="130" as="geometry" />
+           <mxGeometry height="26" width="261" y="130" as="geometry" />
        </mxCell>
        <mxCell id="-Ip3KR_69kROD7_R9hKT-32" parent="-Ip3KR_69kROD7_R9hKT-26" style="text;strokeColor=none;fillColor=none;align=center;verticalAlign=top;spacingLeft=4;spacingRight=4;overflow=hidden;rotatable=0;points=[[0,0.5],[1,0.5]];portConstraint=eastwest;whiteSpace=wrap;html=1;" value="- status_pengiriman: String" vertex="1">
-           <mxGeometry height="26" width="230" y="156" as="geometry" />
+           <mxGeometry height="26" width="261" y="156" as="geometry" />
        </mxCell>
        <mxCell id="-Ip3KR_69kROD7_R9hKT-33" parent="-Ip3KR_69kROD7_R9hKT-26" style="line;strokeWidth=1;fillColor=none;align=center;verticalAlign=middle;spacingTop=-1;spacingLeft=3;spacingRight=3;rotatable=0;labelPosition=right;points=[];portConstraint=eastwest;strokeColor=inherit;" value="" vertex="1">
-           <mxGeometry height="8" width="230" y="182" as="geometry" />
+           <mxGeometry height="8" width="261" y="182" as="geometry" />
        </mxCell>
        <mxCell id="-Ip3KR_69kROD7_R9hKT-34" parent="-Ip3KR_69kROD7_R9hKT-26" style="text;strokeColor=none;fillColor=none;align=center;verticalAlign=top;spacingLeft=4;spacingRight=4;overflow=hidden;rotatable=0;points=[[0,0.5],[1,0.5]];portConstraint=eastwest;whiteSpace=wrap;html=1;" value="+ buatDataKirim(): Boolean" vertex="1">
-           <mxGeometry height="26" width="230" y="190" as="geometry" />
+           <mxGeometry height="26" width="261" y="190" as="geometry" />
        </mxCell>
        <mxCell id="-Ip3KR_69kROD7_R9hKT-35" parent="-Ip3KR_69kROD7_R9hKT-26" style="text;strokeColor=none;fillColor=none;align=center;verticalAlign=top;spacingLeft=4;spacingRight=4;overflow=hidden;rotatable=0;points=[[0,0.5],[1,0.5]];portConstraint=eastwest;whiteSpace=wrap;html=1;" value="+ lacakPengiriman(): String" vertex="1">
-           <mxGeometry height="26" width="230" y="216" as="geometry" />
+           <mxGeometry height="26" width="261" y="216" as="geometry" />
        </mxCell>
        <mxCell id="-Ip3KR_69kROD7_R9hKT-36" parent="-Ip3KR_69kROD7_R9hKT-26" style="text;strokeColor=none;fillColor=none;align=center;verticalAlign=top;spacingLeft=4;spacingRight=4;overflow=hidden;rotatable=0;points=[[0,0.5],[1,0.5]];portConstraint=eastwest;whiteSpace=wrap;html=1;" value="- assignKurir(): Void" vertex="1">
-           <mxGeometry height="26" width="230" y="242" as="geometry" />
+           <mxGeometry height="26" width="261" y="242" as="geometry" />
        </mxCell>
        <mxCell id="-Ip3KR_69kROD7_R9hKT-37" parent="-Ip3KR_69kROD7_R9hKT-26" style="text;strokeColor=none;fillColor=none;align=center;verticalAlign=top;spacingLeft=4;spacingRight=4;overflow=hidden;rotatable=0;points=[[0,0.5],[1,0.5]];portConstraint=eastwest;whiteSpace=wrap;html=1;" value="- updateStatusKirim(): Void" vertex="1">
-           <mxGeometry height="26" width="230" y="268" as="geometry" />
+           <mxGeometry height="26" width="261" y="268" as="geometry" />
        </mxCell>
      </root>
    </mxGraphModel>
  </diagram>
</mxfile>
